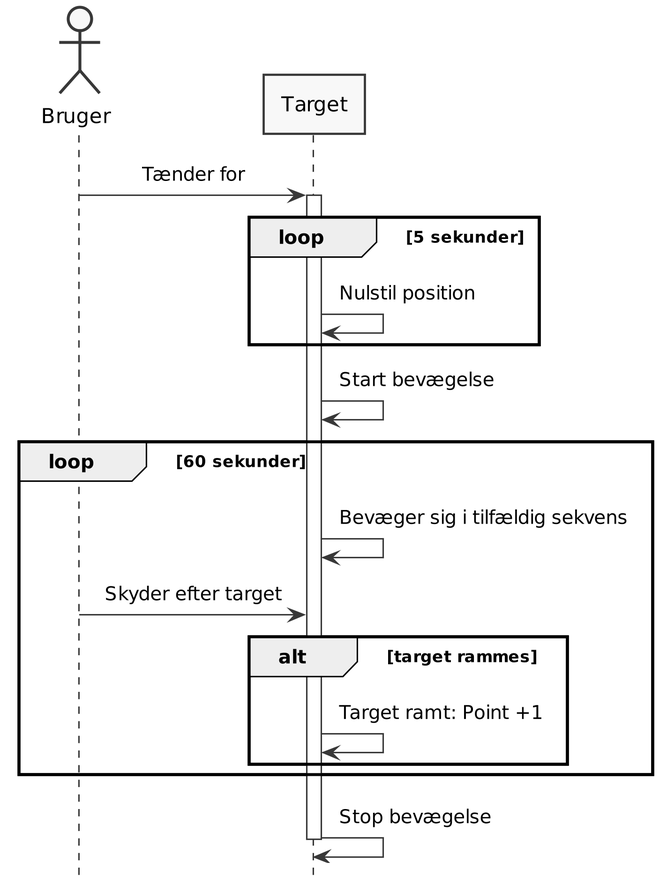
Above: PlantUML/ssd-uc1.png in LasseKrarup/Laser-Tag-Project (PlantUML), before the change.
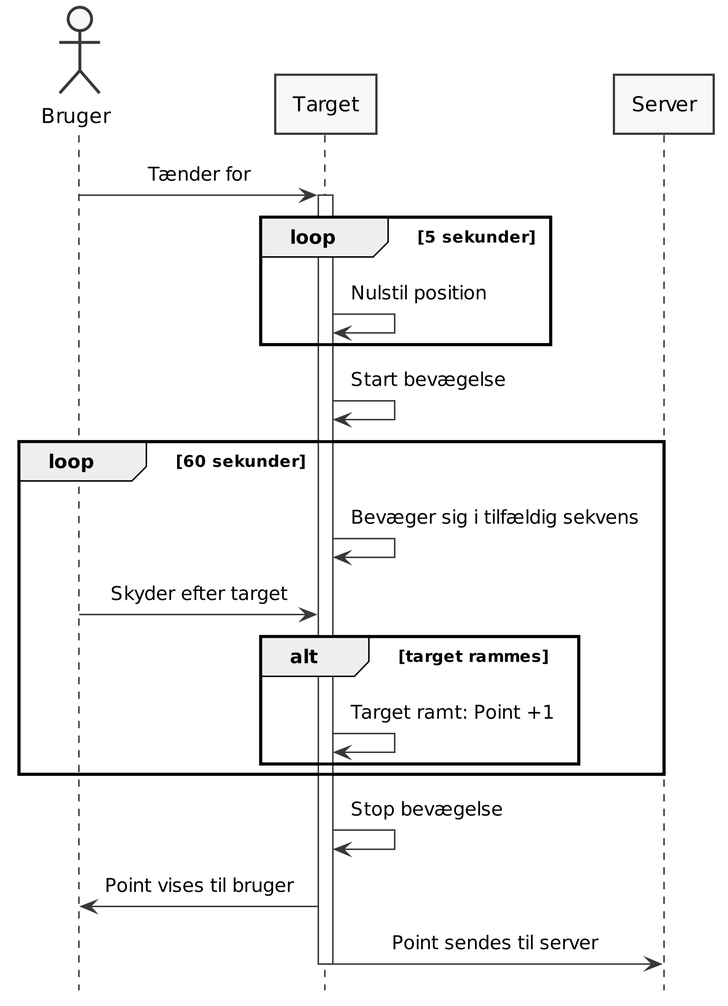
After the change.

What changed in the source:
```diff
@@ -13,6 +13,7 @@
 
 actor Bruger as user
 participant "Target" as tgt
+participant "Server" as svr
 
 
 user -> tgt: Tænder for
@@ -32,6 +33,10 @@
 end
 
 tgt -> tgt: Stop bevægelse
+
+tgt -> user: Point vises til bruger
+tgt -> svr: Point sendes til server
+
 deactivate tgt
 
 @enduml
```
